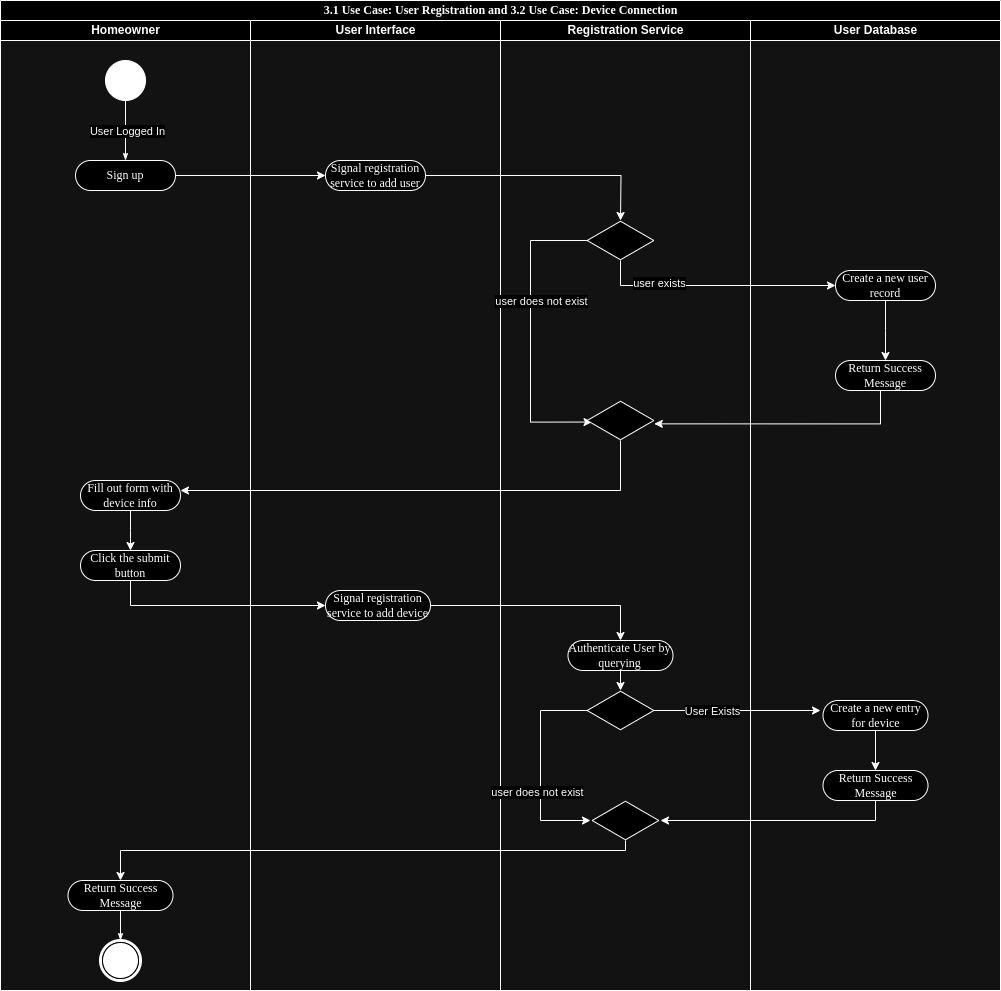
This is Activity_RegistrationMicroservice.png from uvic-teach/project-m1-team15, a draw.io export, as it was before one commit. Source tidied: cells renumbered, new cells last; positions are measured from the earlier drawing's top-left corner, leaving out a move shared by most shapes.
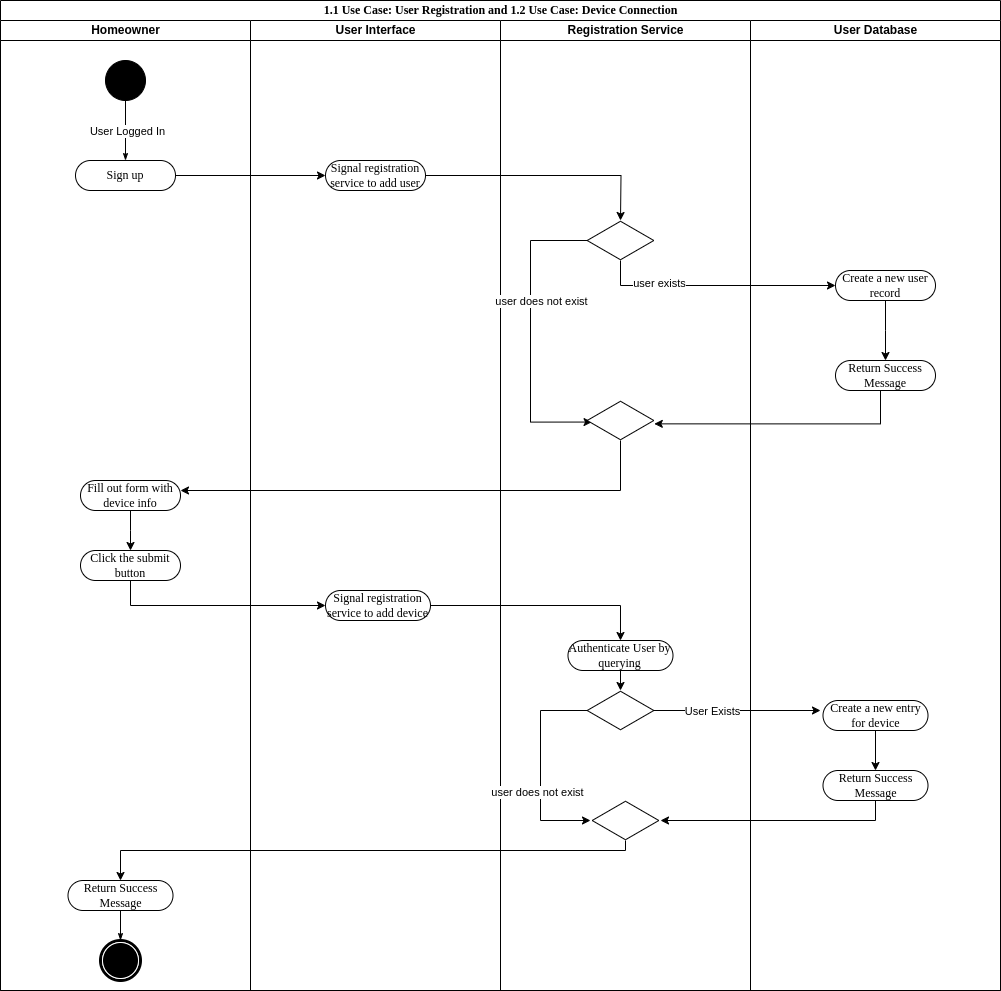
The same diagram one commit later.

Change to the diagram source:
```diff
@@ -2,7 +2,7 @@
   <root>
     <mxCell id="0" />
     <mxCell id="1" parent="0" />
-    <mxCell id="2" value="3.1 Use Case: User Registration and 3.2 Use Case: Device Connection" style="swimlane;html=1;startSize=20;rounded=0;shadow=0;comic=0;labelBackgroundColor=none;strokeWidth=1;fontFamily=Verdana;fontSize=12;align=center;" parent="1" vertex="1">
+    <mxCell id="2" value="1.1 Use Case: User Registration and 1.2 Use Case: Device Connection" style="swimlane;html=1;startSize=20;rounded=0;shadow=0;comic=0;labelBackgroundColor=none;strokeWidth=1;fontFamily=Verdana;fontSize=12;align=center;" parent="1" vertex="1">
       <mxGeometry width="1000" height="990" as="geometry" />
     </mxCell>
     <mxCell id="3" value="Homeowner" style="swimlane;html=1;startSize=20;" parent="2" vertex="1">
```
